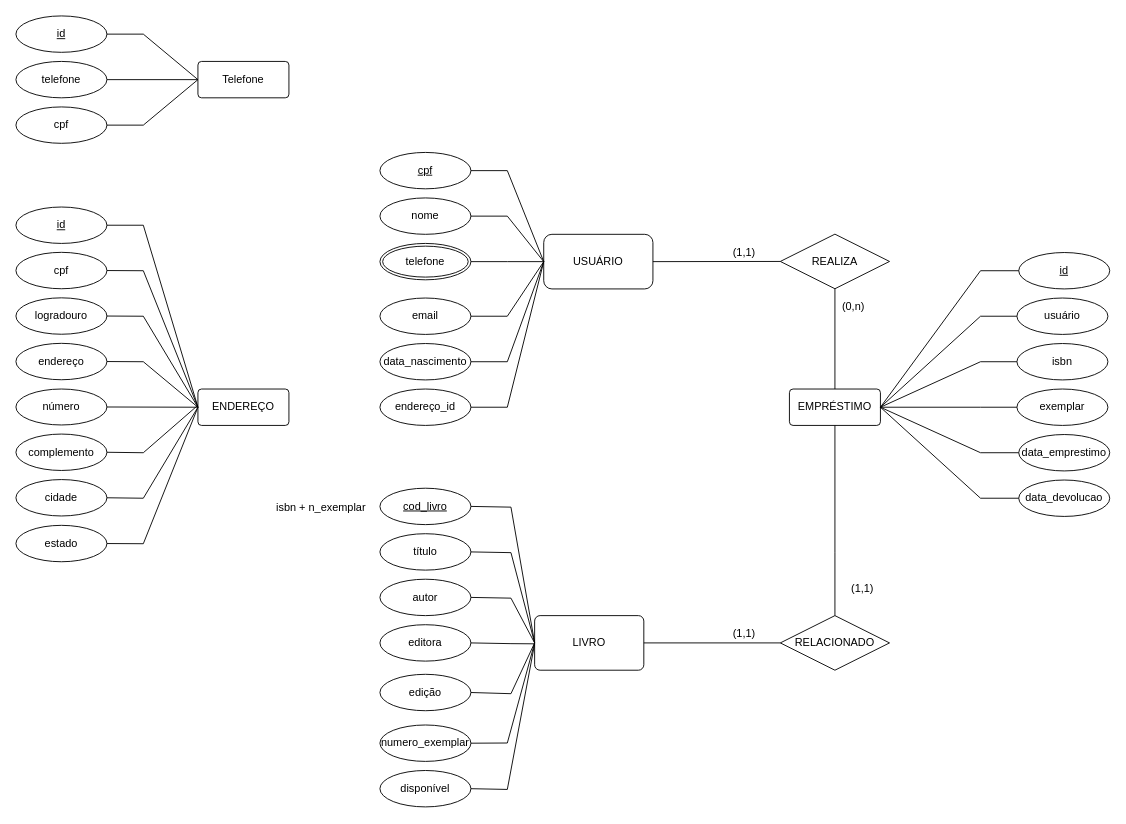
mikaeletha/segundo_periodo_2022 keeps this draw.io diagram as draw.io/Untitled Diagram.drawio. Above is the earlier version. Source tidied: cells renumbered, new cells numbered last; positions are measured from the earlier drawing's top-left corner, leaving out a move shared by most shapes. Both pictures are drawn from the tidied source at 91%, with x=0, y=0 at pixel (15, 15).
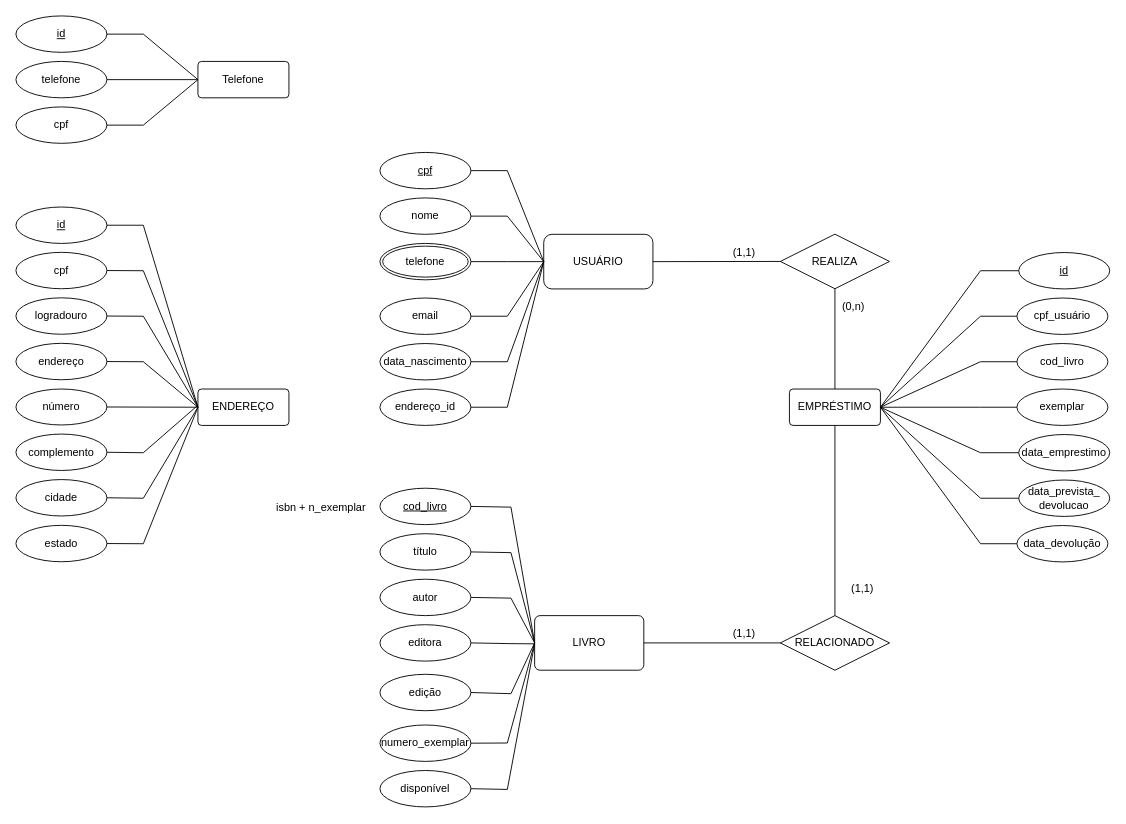
The same page after the edit.

The change refers to these unchanged cells:
```xml
<mxCell id="22" value="EMPRÉSTIMO" style="rounded=1;arcSize=10;whiteSpace=wrap;html=1;align=center;" parent="1" vertex="1">
  <mxGeometry x="850" y="410" width="100" height="40" as="geometry" />
</mxCell>
```

Diff of the diagram source:
```diff
@@
-    <mxCell id="24" value="usuário" style="ellipse;whiteSpace=wrap;html=1;align=center;" parent="1" vertex="1">
+    <mxCell id="24" value="cpf_usuário" style="ellipse;whiteSpace=wrap;html=1;align=center;" parent="1" vertex="1">
       <mxGeometry x="1100" y="310" width="100" height="40" as="geometry" />
     </mxCell>
-    <mxCell id="25" value="isbn" style="ellipse;whiteSpace=wrap;html=1;align=center;" parent="1" vertex="1">
+    <mxCell id="25" value="cod_livro" style="ellipse;whiteSpace=wrap;html=1;align=center;" parent="1" vertex="1">
       <mxGeometry x="1100" y="360" width="100" height="40" as="geometry" />
     </mxCell>
@@
-    <mxCell id="28" value="data_devolucao" style="ellipse;whiteSpace=wrap;html=1;align=center;" parent="1" vertex="1">
+    <mxCell id="28" value="data_prevista_&lt;br&gt;devolucao" style="ellipse;whiteSpace=wrap;html=1;align=center;" parent="1" vertex="1">
       <mxGeometry x="1102" y="510" width="100" height="40" as="geometry" />
     </mxCell>
@@
+    <mxCell id="78" value="data_devolução" style="ellipse;whiteSpace=wrap;html=1;align=center;" parent="1" vertex="1">
+      <mxGeometry x="1100" y="560" width="100" height="40" as="geometry" />
+    </mxCell>
+    <mxCell id="79" style="endArrow=none;html=1;rounded=0;exitX=1;exitY=0.5;exitDx=0;exitDy=0;entryX=0;entryY=0.5;entryDx=0;entryDy=0;" parent="1" edge="1" source="22" target="78">
+      <mxGeometry relative="1" as="geometry">
+        <Array as="points">
+          <mxPoint x="1060" y="580" />
+        </Array>
+      </mxGeometry>
+    </mxCell>
```
